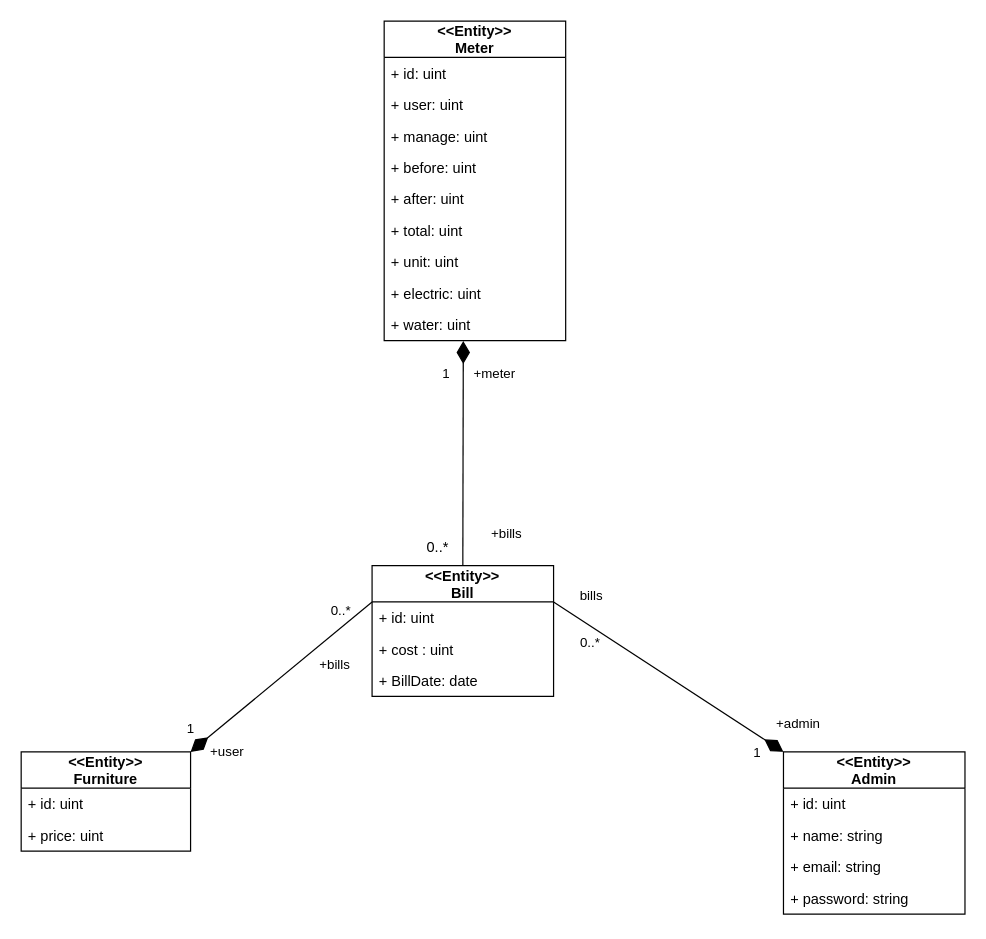
Above: page "Design2" (11 of 21) of SE.drawio in nunpromporn/SE (draw.io), before the change. Source tidied: cells renumbered, new cells numbered last; positions are measured from the earlier drawing's top-left corner, leaving out a move shared by most shapes. Both pictures are drawn from the tidied source at 121%, with x=0, y=0 at pixel (21, 21).
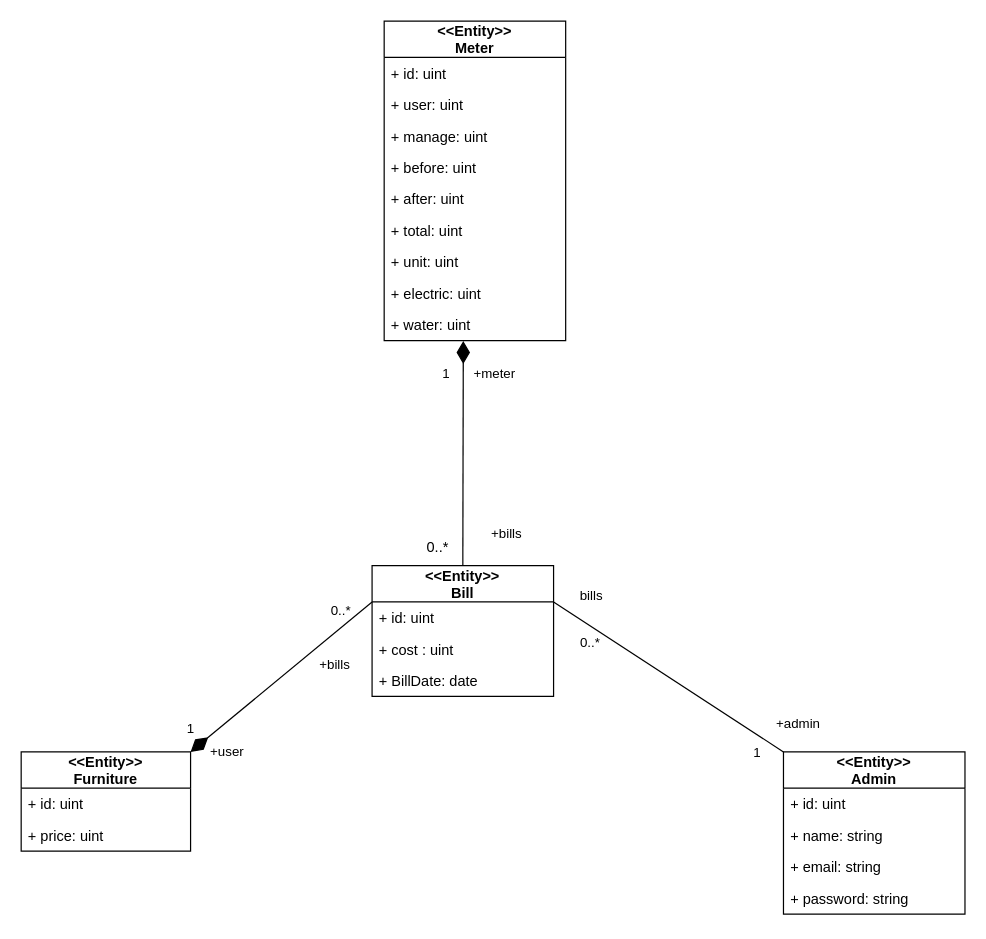
The same diagram, later.

The change refers to these unchanged cells:
```xml
<mxCell id="9" value="&lt;&lt;Entity&gt;&gt;&#10;Admin" style="swimlane;fontStyle=1;horizontal=1;startSize=30;fillColor=none;" parent="1" vertex="1">
  <mxGeometry x="630" y="603.9" width="150" height="134" as="geometry" />
</mxCell>
```

What changed in the source:
```diff
@@
-    <mxCell id="19" style="html=1;endArrow=diamondThin;elbow=vertical;rounded=1;entryX=0;entryY=0;entryDx=0;entryDy=0;endFill=1;endSize=16;startSize=16;" parent="1" edge="1" target="9">
+    <mxCell id="19" style="html=1;endArrow=none;elbow=vertical;rounded=1;entryX=0;entryY=0;entryDx=0;entryDy=0;endFill=0;endSize=16;startSize=16;" parent="1" edge="1" target="9">
       <mxGeometry relative="1" as="geometry">
         <mxPoint x="440" y="480" as="sourcePoint" />
       </mxGeometry>
     </mxCell>
```
